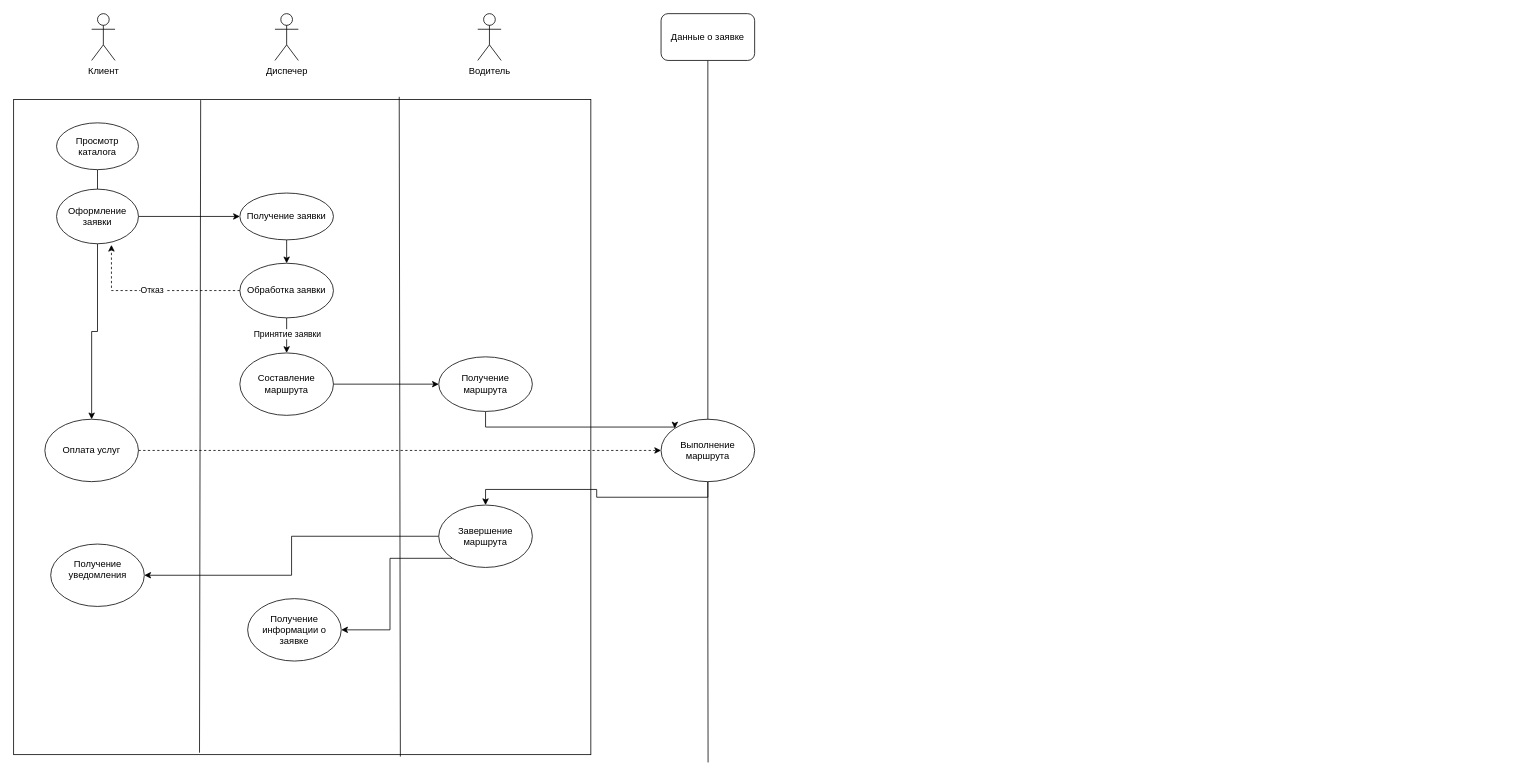
This is page "Страница — 3" (3 of 4) of Диаграмма без названия.drawio from MOLLIP-merzota/-, a draw.io file, before an edit. Source tidied: cells renumbered, new cells numbered last; positions are measured from the earlier drawing's top-left corner, leaving out a move shared by most shapes. Both pictures are drawn from the tidied source at 78%, with x=0, y=0 at pixel (13, 13).
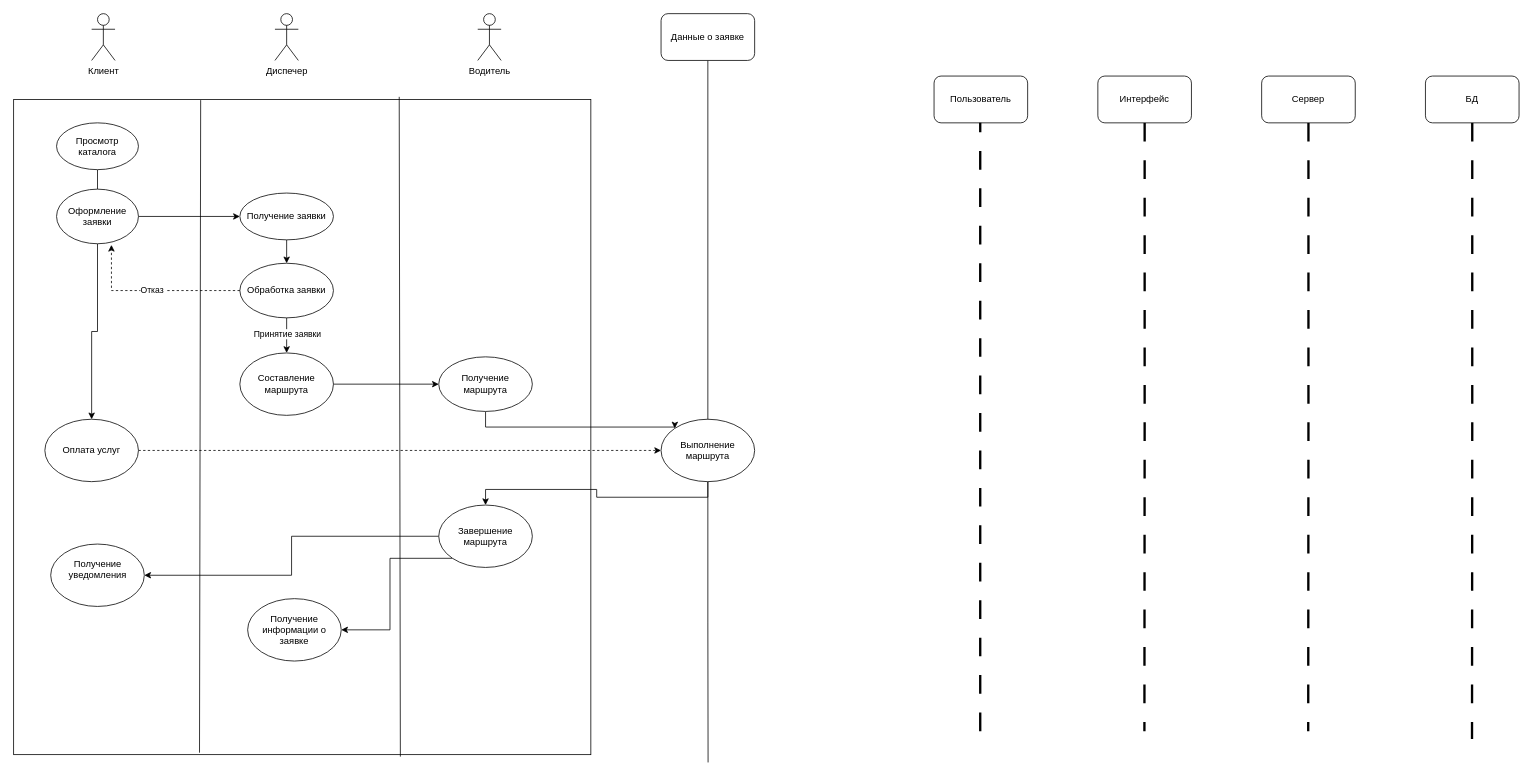
The same page after the edit.

Change to the diagram source:
```diff
@@
+    <mxCell id="36" style="edgeStyle=orthogonalEdgeStyle;rounded=0;jettySize=auto;html=1;exitX=0.5;exitY=1;exitDx=0;exitDy=0;strokeWidth=3;dashed=1;dashPattern=8 8;endArrow=none;startFill=0;" parent="1" edge="1" source="37">
+      <mxGeometry relative="1" as="geometry">
+        <mxPoint x="1659.7" y="920" as="targetPoint" />
+      </mxGeometry>
+    </mxCell>
+    <mxCell id="37" value="Сервер" style="rounded=1;whiteSpace=wrap;html=1;" parent="1" vertex="1">
+      <mxGeometry x="1600" y="80" width="120" height="60" as="geometry" />
+    </mxCell>
+    <mxCell id="38" style="edgeStyle=orthogonalEdgeStyle;rounded=0;jettySize=auto;html=1;exitX=0.5;exitY=1;exitDx=0;exitDy=0;endArrow=none;startFill=0;dashed=1;dashPattern=8 8;strokeWidth=3;" parent="1" edge="1" source="39">
+      <mxGeometry relative="1" as="geometry">
+        <mxPoint x="1449.7" y="920" as="targetPoint" />
+      </mxGeometry>
+    </mxCell>
+    <mxCell id="39" value="Интерфейс" style="rounded=1;whiteSpace=wrap;html=1;" parent="1" vertex="1">
+      <mxGeometry x="1390" y="80" width="120" height="60" as="geometry" />
+    </mxCell>
+    <mxCell id="40" value="Пользователь" style="rounded=1;whiteSpace=wrap;html=1;" parent="1" vertex="1">
+      <mxGeometry x="1180" y="80" width="120" height="60" as="geometry" />
+    </mxCell>
+    <mxCell id="41" style="edgeStyle=orthogonalEdgeStyle;rounded=0;jettySize=auto;html=1;exitX=0.5;exitY=1;exitDx=0;exitDy=0;strokeWidth=3;dashed=1;dashPattern=8 8;endArrow=none;startFill=0;" parent="1" edge="1" source="42">
+      <mxGeometry relative="1" as="geometry">
+        <mxPoint x="1869.7" y="930" as="targetPoint" />
+      </mxGeometry>
+    </mxCell>
+    <mxCell id="42" value="БД" style="rounded=1;whiteSpace=wrap;html=1;" parent="1" vertex="1">
+      <mxGeometry x="1810" y="80" width="120" height="60" as="geometry" />
+    </mxCell>
+    <mxCell id="43" style="endArrow=none;dashed=1;html=1;rounded=0;entryX=0.5;entryY=1;entryDx=0;entryDy=0;dashPattern=8 8;jumpSize=16;startSize=51;endSize=50;targetPerimeterSpacing=50;strokeWidth=3;" parent="1" edge="1">
+      <mxGeometry relative="1" as="geometry">
+        <mxPoint x="1239.2" y="920" as="sourcePoint" />
+        <mxPoint x="1239.2" y="140" as="targetPoint" />
+      </mxGeometry>
+    </mxCell>
```
